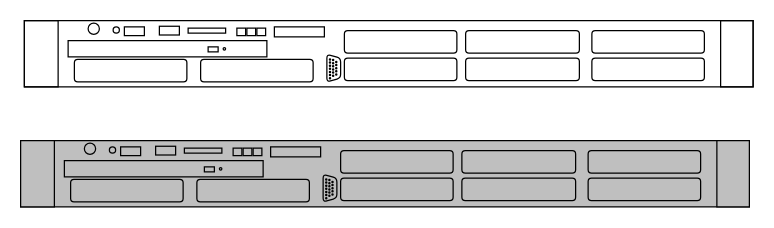
Earlier version of the draw.io diagram Homelab.drawio (IronTooch/3dDrawings). Source tidied: cells renumbered, new cells numbered last; positions are measured from the earlier drawing's top-left corner, leaving out a move shared by most shapes. Both pictures are drawn from the tidied source at 125%, with x=0, y=0 at pixel (20, 20).
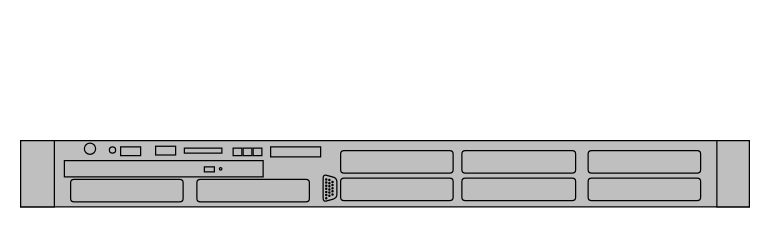
The same diagram, later.

Diff of the diagram source:
```diff
@@
-    <mxCell id="2" style="rounded=0;whiteSpace=wrap;html=1;fillColor=none;" parent="1" vertex="1">
-      <mxGeometry x="3" width="583" height="53" as="geometry" />
-    </mxCell>
-    <mxCell id="3" style="rounded=0;whiteSpace=wrap;html=1;fillColor=none;" parent="1" vertex="1">
-      <mxGeometry x="3" width="27" height="53" as="geometry" />
-    </mxCell>
-    <mxCell id="4" style="rounded=1;whiteSpace=wrap;html=1;fillColor=none;" parent="1" vertex="1">
-      <mxGeometry x="43" y="31" width="90" height="18" as="geometry" />
-    </mxCell>
-    <mxCell id="5" style="rounded=1;whiteSpace=wrap;html=1;fillColor=none;" parent="1" vertex="1">
-      <mxGeometry x="144" y="31" width="90" height="18" as="geometry" />
-    </mxCell>
-    <mxCell id="6" style="rounded=1;whiteSpace=wrap;html=1;fillColor=none;" parent="1" vertex="1">
-      <mxGeometry x="259" y="30" width="90" height="18" as="geometry" />
-    </mxCell>
-    <mxCell id="7" style="rounded=1;whiteSpace=wrap;html=1;fillColor=none;" parent="1" vertex="1">
-      <mxGeometry x="356" y="30" width="91" height="18" as="geometry" />
-    </mxCell>
-    <mxCell id="8" style="rounded=1;whiteSpace=wrap;html=1;fillColor=none;" parent="1" vertex="1">
-      <mxGeometry x="457" y="30" width="90" height="18" as="geometry" />
-    </mxCell>
-    <mxCell id="9" style="rounded=1;whiteSpace=wrap;html=1;fillColor=none;" parent="1" vertex="1">
-      <mxGeometry x="259" y="8" width="90" height="18" as="geometry" />
-    </mxCell>
-    <mxCell id="10" style="rounded=1;whiteSpace=wrap;html=1;fillColor=none;" parent="1" vertex="1">
-      <mxGeometry x="356" y="8" width="91" height="18" as="geometry" />
-    </mxCell>
-    <mxCell id="11" style="rounded=1;whiteSpace=wrap;html=1;fillColor=none;" parent="1" vertex="1">
-      <mxGeometry x="457" y="8" width="90" height="18" as="geometry" />
-    </mxCell>
-    <mxCell id="12" style="rounded=0;whiteSpace=wrap;html=1;fillColor=none;" parent="1" vertex="1">
-      <mxGeometry x="38" y="16" width="159" height="13" as="geometry" />
-    </mxCell>
-    <mxCell id="13" style="rounded=0;whiteSpace=wrap;html=1;fillColor=none;" parent="1" vertex="1">
-      <mxGeometry x="150" y="21" width="8" height="4" as="geometry" />
-    </mxCell>
-    <mxCell id="14" style="ellipse;whiteSpace=wrap;html=1;fillColor=none;" parent="1" vertex="1">
-      <mxGeometry x="162" y="21.5" width="2" height="2" as="geometry" />
-    </mxCell>
-    <mxCell id="15" style="ellipse;whiteSpace=wrap;html=1;fillColor=none;" parent="1" vertex="1">
-      <mxGeometry x="54" y="2" width="9" height="9" as="geometry" />
-    </mxCell>
-    <mxCell id="16" style="ellipse;whiteSpace=wrap;html=1;fillColor=none;" parent="1" vertex="1">
-      <mxGeometry x="74" y="5" width="5" height="5" as="geometry" />
-    </mxCell>
-    <mxCell id="17" style="rounded=0;whiteSpace=wrap;html=1;fillColor=none;" parent="1" vertex="1">
-      <mxGeometry x="83" y="5" width="16" height="7" as="geometry" />
-    </mxCell>
-    <mxCell id="18" style="rounded=0;whiteSpace=wrap;html=1;fillColor=none;" parent="1" vertex="1">
-      <mxGeometry x="111" y="4.5" width="16" height="7" as="geometry" />
-    </mxCell>
-    <mxCell id="19" style="rounded=0;whiteSpace=wrap;html=1;fillColor=none;" parent="1" vertex="1">
-      <mxGeometry x="173" y="6" width="7" height="6" as="geometry" />
-    </mxCell>
-    <mxCell id="20" style="rounded=0;whiteSpace=wrap;html=1;fillColor=none;" parent="1" vertex="1">
-      <mxGeometry x="181" y="6" width="7" height="6" as="geometry" />
-    </mxCell>
-    <mxCell id="21" style="rounded=0;whiteSpace=wrap;html=1;fillColor=none;" parent="1" vertex="1">
-      <mxGeometry x="189" y="6" width="7" height="6" as="geometry" />
-    </mxCell>
-    <mxCell id="22" style="rounded=0;whiteSpace=wrap;html=1;fillColor=none;" parent="1" vertex="1">
-      <mxGeometry x="560" width="26" height="53" as="geometry" />
-    </mxCell>
-    <mxCell id="23" style="rounded=0;whiteSpace=wrap;html=1;fillColor=none;" parent="1" vertex="1">
-      <mxGeometry x="203" y="5" width="40" height="8" as="geometry" />
-    </mxCell>
-    <mxCell id="24" style="rounded=0;whiteSpace=wrap;html=1;fillColor=none;" parent="1" vertex="1">
-      <mxGeometry x="134" y="6" width="30" height="4" as="geometry" />
-    </mxCell>
-    <mxCell id="25" style="shape=trapezoid;perimeter=trapezoidPerimeter;whiteSpace=wrap;html=1;fillColor=none;rounded=1;rotation=0;direction=south;arcSize=6;size=0.14027316352897806;" parent="1" vertex="1">
-      <mxGeometry x="245" y="27" width="11" height="22" as="geometry" />
-    </mxCell>
-    <mxCell id="26" style="ellipse;whiteSpace=wrap;html=1;rounded=1;fillColor=none;" parent="1" vertex="1">
-      <mxGeometry x="247" y="33" width="1" height="1" as="geometry" />
-    </mxCell>
-    <mxCell id="27" style="ellipse;whiteSpace=wrap;html=1;rounded=1;fillColor=none;" parent="1" vertex="1">
-      <mxGeometry x="249.5" y="31" width="1" height="1" as="geometry" />
-    </mxCell>
-    <mxCell id="28" style="ellipse;whiteSpace=wrap;html=1;rounded=1;fillColor=none;" parent="1" vertex="1">
-      <mxGeometry x="249.5" y="33.5" width="1" height="1" as="geometry" />
-    </mxCell>
-    <mxCell id="29" style="ellipse;whiteSpace=wrap;html=1;rounded=1;fillColor=none;" parent="1" vertex="1">
-      <mxGeometry x="252" y="32.5" width="1" height="1" as="geometry" />
-    </mxCell>
-    <mxCell id="30" style="ellipse;whiteSpace=wrap;html=1;rounded=1;fillColor=none;" parent="1" vertex="1">
-      <mxGeometry x="247" y="30.5" width="1" height="1" as="geometry" />
-    </mxCell>
-    <mxCell id="31" style="ellipse;whiteSpace=wrap;html=1;rounded=1;fillColor=none;" parent="1" vertex="1">
-      <mxGeometry x="247" y="35.5" width="1" height="1" as="geometry" />
-    </mxCell>
-    <mxCell id="32" style="ellipse;whiteSpace=wrap;html=1;rounded=1;fillColor=none;" parent="1" vertex="1">
-      <mxGeometry x="249.5" y="36" width="1" height="1" as="geometry" />
-    </mxCell>
-    <mxCell id="33" style="ellipse;whiteSpace=wrap;html=1;rounded=1;fillColor=none;" parent="1" vertex="1">
-      <mxGeometry x="249.5" y="38.5" width="1" height="1" as="geometry" />
-    </mxCell>
-    <mxCell id="34" style="ellipse;whiteSpace=wrap;html=1;rounded=1;fillColor=none;" parent="1" vertex="1">
-      <mxGeometry x="252" y="35" width="1" height="1" as="geometry" />
-    </mxCell>
-    <mxCell id="35" style="ellipse;whiteSpace=wrap;html=1;rounded=1;fillColor=none;" parent="1" vertex="1">
-      <mxGeometry x="252" y="37.5" width="1" height="1" as="geometry" />
-    </mxCell>
-    <mxCell id="36" style="ellipse;whiteSpace=wrap;html=1;rounded=1;fillColor=none;" parent="1" vertex="1">
-      <mxGeometry x="249.5" y="41" width="1" height="1" as="geometry" />
-    </mxCell>
-    <mxCell id="37" style="ellipse;whiteSpace=wrap;html=1;rounded=1;fillColor=none;" parent="1" vertex="1">
-      <mxGeometry x="252" y="40" width="1" height="1" as="geometry" />
-    </mxCell>
-    <mxCell id="38" style="ellipse;whiteSpace=wrap;html=1;rounded=1;fillColor=none;" parent="1" vertex="1">
-      <mxGeometry x="252" y="42.5" width="1" height="1" as="geometry" />
-    </mxCell>
-    <mxCell id="39" style="ellipse;whiteSpace=wrap;html=1;rounded=1;fillColor=none;" parent="1" vertex="1">
-      <mxGeometry x="247" y="40.5" width="1" height="1" as="geometry" />
-    </mxCell>
-    <mxCell id="40" style="ellipse;whiteSpace=wrap;html=1;rounded=1;fillColor=none;" parent="1" vertex="1">
-      <mxGeometry x="247" y="38" width="1" height="1" as="geometry" />
-    </mxCell>
-    <mxCell id="41" style="ellipse;whiteSpace=wrap;html=1;rounded=1;fillColor=none;" parent="1" vertex="1">
-      <mxGeometry x="247" y="43" width="1" height="1" as="geometry" />
-    </mxCell>
-    <mxCell id="42" style="ellipse;whiteSpace=wrap;html=1;rounded=1;fillColor=none;" parent="1" vertex="1">
-      <mxGeometry x="247" y="45.5" width="1" height="1" as="geometry" />
-    </mxCell>
-    <mxCell id="43" style="ellipse;whiteSpace=wrap;html=1;rounded=1;fillColor=none;" parent="1" vertex="1">
-      <mxGeometry x="249.5" y="43.5" width="1" height="1" as="geometry" />
-    </mxCell>
+    <mxCell id="87" style="group;" parent="1" vertex="1">
+      <mxGeometry y="96" width="583" height="53" as="geometry" />
+    </mxCell>
-    <mxCell id="44" style="group;" parent="1" vertex="1">
-      <mxGeometry y="96" width="583" height="53" as="geometry" />
+    <mxCell id="44" style="group;" parent="87" vertex="1">
+      <mxGeometry width="583" height="53" as="geometry" />
     </mxCell>
```
